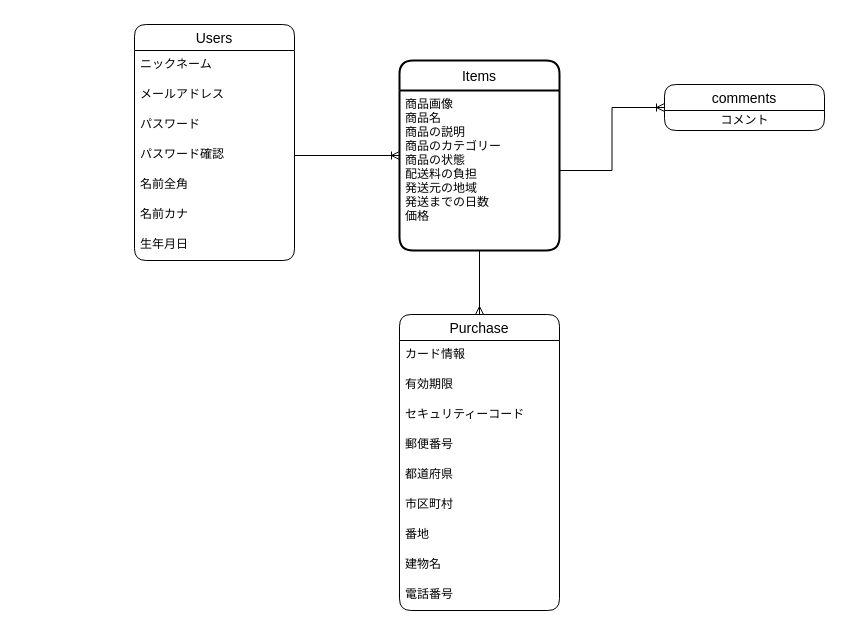
The draw.io diagram .dio in itonaga-takao/furima-34723, before the edit. Source tidied: cells renumbered, new cells numbered last; positions are measured from the earlier drawing's top-left corner, leaving out a move shared by most shapes. Both pictures are drawn from the tidied source at 100%, with x=0, y=0 at pixel (24, 24).
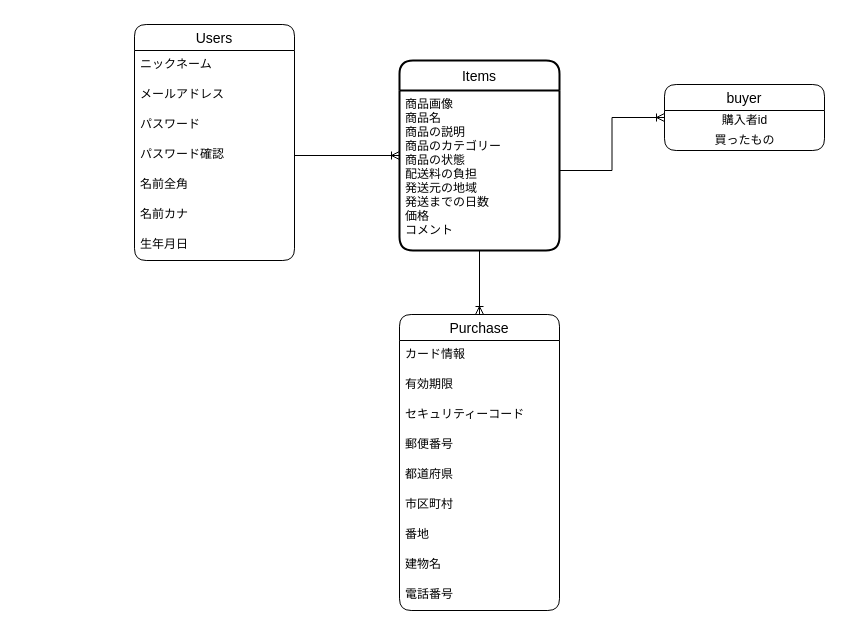
After the change.

Unchanged cells that the change refers to:
```xml
<mxCell id="5" value="Purchase" style="swimlane;fontStyle=0;horizontal=1;startSize=26;align=center;fontSize=14;rounded=1;" parent="1" vertex="1">
  <mxGeometry x="375" y="290" width="160" height="296" as="geometry" />
</mxCell>
<mxCell id="24" value="Items" style="swimlane;horizontal=1;startSize=30;rounded=1;fontSize=14;fontStyle=0;strokeWidth=2;shadow=0;dashed=0;align=center;" parent="1" vertex="1">
  <mxGeometry x="375" y="36" width="160" height="190" as="geometry" />
</mxCell>
```

What changed in the source:
```diff
@@
-    <mxCell id="3" value="comments" style="swimlane;fontStyle=0;horizontal=1;startSize=26;align=center;fontSize=14;rounded=1;" parent="1" vertex="1">
-      <mxGeometry x="640" y="60" width="160" height="46" as="geometry" />
+    <mxCell id="3" value="buyer" style="swimlane;fontStyle=0;horizontal=1;startSize=26;align=center;fontSize=14;rounded=1;" parent="1" vertex="1">
+      <mxGeometry x="640" y="60" width="160" height="66" as="geometry" />
     </mxCell>
-    <mxCell id="4" value="コメント" style="text;html=1;align=center;verticalAlign=middle;" parent="3" vertex="1">
+    <mxCell id="4" value="購入者id" style="text;html=1;align=center;verticalAlign=middle;" parent="3" vertex="1">
       <mxGeometry y="26" width="160" height="20" as="geometry" />
     </mxCell>
+    <mxCell id="29" value="買ったもの" style="text;html=1;align=center;verticalAlign=middle;" parent="3" vertex="1">
+      <mxGeometry y="46" width="160" height="20" as="geometry" />
+    </mxCell>
@@
-    <mxCell id="25" value="商品画像&#10;商品名&#10;商品の説明&#10;商品のカテゴリー&#10;商品の状態&#10;配送料の負担&#10;発送元の地域&#10;発送までの日数&#10;価格&#10;&#10;" style="align=left;strokeColor=none;fillColor=none;spacingLeft=4;fontSize=12;verticalAlign=top;" parent="24" vertex="1">
+    <mxCell id="25" value="商品画像&#10;商品名&#10;商品の説明&#10;商品のカテゴリー&#10;商品の状態&#10;配送料の負担&#10;発送元の地域&#10;発送までの日数&#10;価格&#10;コメント&#10;" style="align=left;strokeColor=none;fillColor=none;spacingLeft=4;fontSize=12;verticalAlign=top;" parent="24" vertex="1">
       <mxGeometry y="30" width="160" height="160" as="geometry" />
     </mxCell>
@@
-    <mxCell id="28" style="edgeStyle=orthogonalEdgeStyle;rounded=0;jettySize=auto;html=1;exitX=0.5;exitY=1;exitDx=0;exitDy=0;entryX=0.5;entryY=0;entryDx=0;entryDy=0;endArrow=ERmany;endFill=0;" parent="1" edge="1" source="25" target="5">
+    <mxCell id="28" style="edgeStyle=orthogonalEdgeStyle;rounded=0;jettySize=auto;html=1;exitX=0.5;exitY=1;exitDx=0;exitDy=0;entryX=0.5;entryY=0;entryDx=0;entryDy=0;endArrow=ERoneToMany;endFill=0;" parent="1" edge="1" source="25" target="5">
       <mxGeometry relative="1" as="geometry" />
     </mxCell>
```
